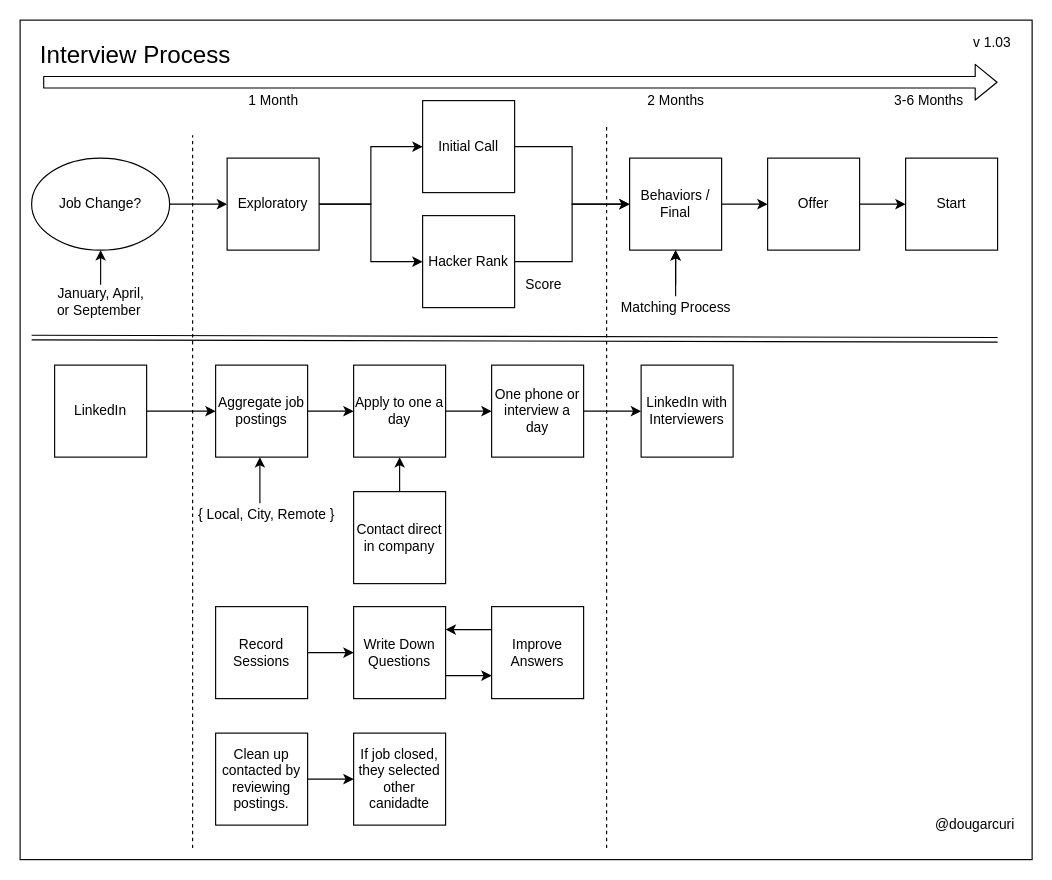
The draw.io diagram interviews/diagrams/interviewing-process.drawio in solidi/learning-notes, before the edit. Source tidied: cells renumbered, new cells numbered last; positions are measured from the earlier drawing's top-left corner, leaving out a move shared by most shapes. Both pictures are drawn from the tidied source at 115%, with x=0, y=0 at pixel (20, 20).
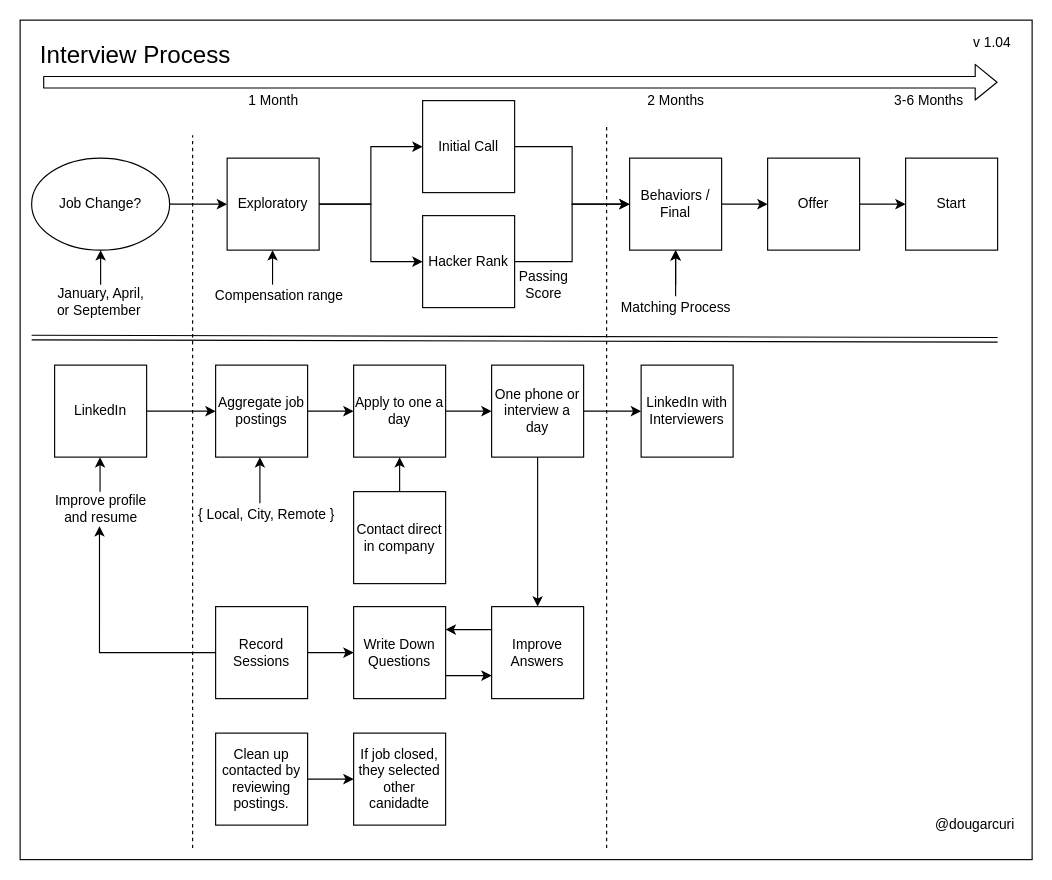
Above is the later version.

Commit message (it also covers changes not shown here):
Add improvement lines on profile and recording

The change refers to these unchanged cells:
```xml
<mxCell id="17" value="Record Sessions" style="whiteSpace=wrap;html=1;" parent="1" vertex="1">
  <mxGeometry x="170" y="510" width="80" height="80" as="geometry" />
</mxCell>
<mxCell id="19" value="Improve Answers" style="whiteSpace=wrap;html=1;" parent="1" vertex="1">
  <mxGeometry x="410" y="510" width="80" height="80" as="geometry" />
</mxCell>
<mxCell id="26" value="One phone or interview a day" style="whiteSpace=wrap;html=1;" parent="1" vertex="1">
  <mxGeometry x="410" y="300" width="80" height="80" as="geometry" />
</mxCell>
```

What changed in the source:
```diff
@@
+    <mxCell id="55" style="edgeStyle=orthogonalEdgeStyle;rounded=0;jettySize=auto;html=1;exitX=0;exitY=0.5;exitDx=0;exitDy=0;entryX=0.489;entryY=1;entryDx=0;entryDy=0;entryPerimeter=0;" parent="1" edge="1" source="17" target="60">
+      <mxGeometry relative="1" as="geometry" />
+    </mxCell>
@@
-    <mxCell id="51" value="v 1.03" style="text;html=1;align=center;verticalAlign=middle;" parent="1" vertex="1">
+    <mxCell id="51" value="v 1.04" style="text;html=1;align=center;verticalAlign=middle;" parent="1" vertex="1">
       <mxGeometry x="820" y="10" width="50" height="20" as="geometry" />
     </mxCell>
@@
-    <mxCell id="54" value="Score" style="text;html=1;align=center;verticalAlign=middle;" parent="1" vertex="1">
-      <mxGeometry x="430" y="220" width="50" height="20" as="geometry" />
+    <mxCell id="54" value="Passing&lt;br&gt;Score" style="text;html=1;align=center;verticalAlign=middle;" parent="1" vertex="1">
+      <mxGeometry x="425" y="215" width="60" height="30" as="geometry" />
     </mxCell>
+    <mxCell id="56" style="endArrow=classic;html=1;" parent="1" edge="1">
+      <mxGeometry relative="1" as="geometry">
+        <mxPoint x="219.5" y="230" as="sourcePoint" />
+        <mxPoint x="219.5" y="200" as="targetPoint" />
+      </mxGeometry>
+    </mxCell>
+    <mxCell id="57" value="Compensation range" style="text;html=1;align=center;verticalAlign=middle;" parent="1" vertex="1">
+      <mxGeometry x="160" y="230" width="130" height="20" as="geometry" />
+    </mxCell>
+    <mxCell id="58" style="endArrow=classic;html=1;exitX=0.5;exitY=1;exitDx=0;exitDy=0;entryX=0.5;entryY=0;entryDx=0;entryDy=0;" parent="1" edge="1" source="26" target="19">
+      <mxGeometry relative="1" as="geometry" />
+    </mxCell>
+    <mxCell id="59" style="endArrow=classic;html=1;" parent="1" edge="1">
+      <mxGeometry relative="1" as="geometry">
+        <mxPoint x="69.5" y="410" as="sourcePoint" />
+        <mxPoint x="69.5" y="380" as="targetPoint" />
+      </mxGeometry>
+    </mxCell>
+    <mxCell id="60" value="Improve profile &lt;br&gt;and resume" style="text;html=1;align=center;verticalAlign=middle;points=[];" parent="1" vertex="1">
+      <mxGeometry x="25" y="410" width="90" height="30" as="geometry" />
+    </mxCell>
```
